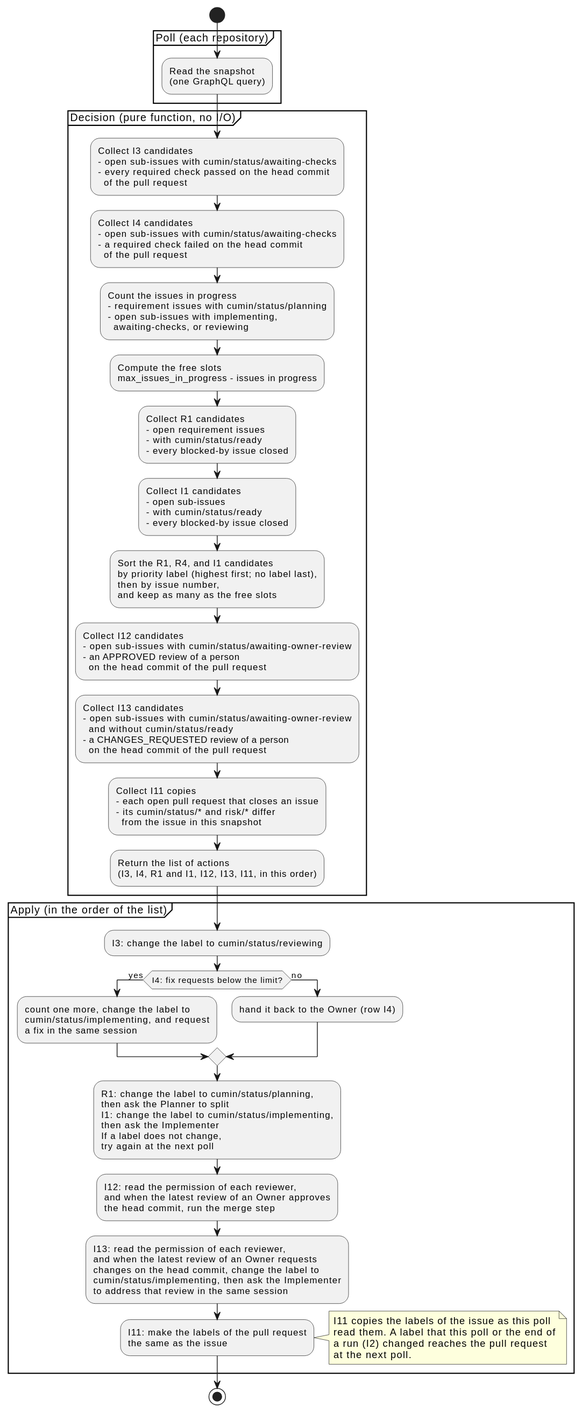
cloveclovedev/cumin-works keeps this PlantUML diagram as docs/ja/designs/poll-decide.svg. Above is the earlier version.
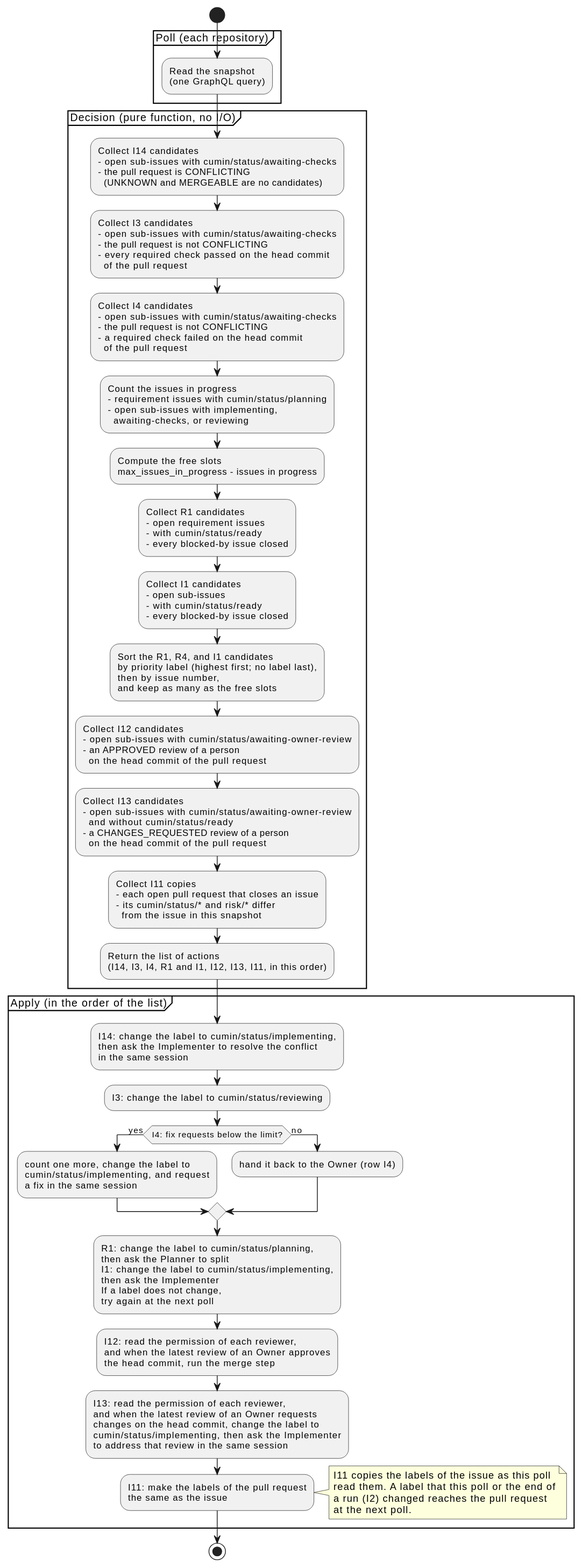
Above is the later version.

Diff of the diagram source:
```diff
@@ -8,12 +8,18 @@
   (one GraphQL query);
 }
 partition "Decision (pure function, no I/O)" {
+  :Collect I14 candidates
+  - open sub-issues with cumin/status/awaiting-checks
+  - the pull request is CONFLICTING
+    (UNKNOWN and MERGEABLE are no candidates);
   :Collect I3 candidates
   - open sub-issues with cumin/status/awaiting-checks
+  - the pull request is not CONFLICTING
   - every required check passed on the head commit
     of the pull request;
   :Collect I4 candidates
   - open sub-issues with cumin/status/awaiting-checks
+  - the pull request is not CONFLICTING
   - a required check failed on the head commit
     of the pull request;
   :Count the issues in progress
@@ -48,9 +54,12 @@
   - its cumin/status/* and risk/* differ
     from the issue in this snapshot;
   :Return the list of actions
-  (I3, I4, R1 and I1, I12, I13, I11, in this order);
+  (I14, I3, I4, R1 and I1, I12, I13, I11, in this order);
 }
 partition "Apply (in the order of the list)" {
+  :I14: change the label to cumin/status/implementing,
+  then ask the Implementer to resolve the conflict
+  in the same session;
   :I3: change the label to cumin/status/reviewing;
   if (I4: fix requests below the limit?) then (yes)
     :count one more, change the label to
```
